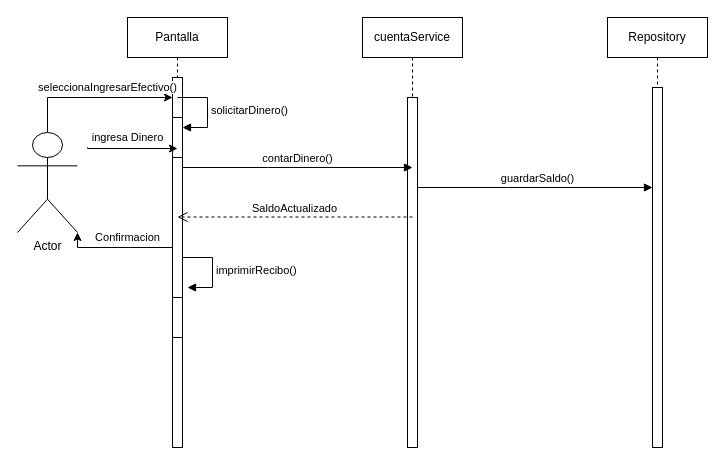
This is page "IngresarEfectivo" (2 of 11) of Diagrama sin título.drawio from x0Nico/Ejercicios-de-Estudio, a draw.io file, before an edit. Source tidied: cells renumbered, new cells numbered last; positions are measured from the earlier drawing's top-left corner, leaving out a move shared by most shapes. Both pictures are drawn from the tidied source at 100%, with x=0, y=0 at pixel (17, 17).
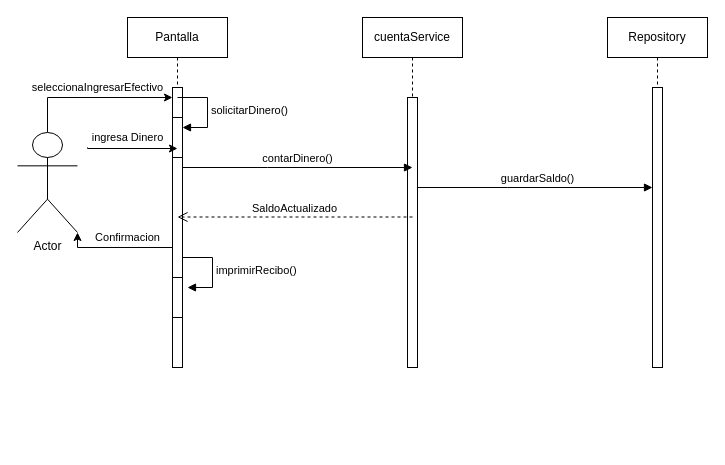
The same page after the edit.

The change refers to these unchanged cells:
```xml
<mxCell id="14" value="Actor" style="shape=umlActor;verticalLabelPosition=bottom;verticalAlign=top;html=1;outlineConnect=0;" parent="1" vertex="1">
  <mxGeometry y="115" width="60" height="100" as="geometry" />
</mxCell>
```

Diff of the diagram source:
```diff
@@
     <mxCell id="2" value="Pantalla" style="shape=umlLifeline;perimeter=lifelinePerimeter;whiteSpace=wrap;html=1;newEdgeStyle={&quot;edgeStyle&quot;:&quot;elbowEdgeStyle&quot;,&quot;elbow&quot;:&quot;vertical&quot;,&quot;curved&quot;:0,&quot;rounded&quot;:0};" parent="1" vertex="1">
-      <mxGeometry x="110" width="100" height="430" as="geometry" />
+      <mxGeometry x="110" width="100" height="350" as="geometry" />
     </mxCell>
     <mxCell id="3" style="html=1;points=[];perimeter=orthogonalPerimeter;outlineConnect=0;targetShapes=umlLifeline;portConstraint=eastwest;newEdgeStyle={&quot;edgeStyle&quot;:&quot;elbowEdgeStyle&quot;,&quot;elbow&quot;:&quot;vertical&quot;,&quot;curved&quot;:0,&quot;rounded&quot;:0};" parent="2" vertex="1">
-      <mxGeometry x="45" y="60" width="10" height="370" as="geometry" />
+      <mxGeometry x="45" y="70" width="10" height="280" as="geometry" />
     </mxCell>
@@
     <mxCell id="6" style="html=1;perimeter=orthogonalPerimeter;targetShapes=umlLifeline;newEdgeStyle={&quot;curved&quot;:0,&quot;rounded&quot;:0};" parent="2" vertex="1">
-      <mxGeometry x="45" y="280" width="10" height="40" as="geometry" />
+      <mxGeometry x="45" y="260" width="10" height="40" as="geometry" />
     </mxCell>
@@
     <mxCell id="8" value="cuentaService" style="shape=umlLifeline;perimeter=lifelinePerimeter;whiteSpace=wrap;html=1;newEdgeStyle={&quot;edgeStyle&quot;:&quot;elbowEdgeStyle&quot;,&quot;elbow&quot;:&quot;vertical&quot;,&quot;curved&quot;:0,&quot;rounded&quot;:0};" parent="1" vertex="1">
-      <mxGeometry x="345" width="100" height="430" as="geometry" />
+      <mxGeometry x="345" width="100" height="350" as="geometry" />
     </mxCell>
     <mxCell id="9" style="html=1;points=[];perimeter=orthogonalPerimeter;outlineConnect=0;targetShapes=umlLifeline;portConstraint=eastwest;newEdgeStyle={&quot;edgeStyle&quot;:&quot;elbowEdgeStyle&quot;,&quot;elbow&quot;:&quot;vertical&quot;,&quot;curved&quot;:0,&quot;rounded&quot;:0};" parent="8" vertex="1">
-      <mxGeometry x="45" y="80" width="10" height="350" as="geometry" />
+      <mxGeometry x="45" y="80" width="10" height="270" as="geometry" />
     </mxCell>
     <mxCell id="10" value="Repository" style="shape=umlLifeline;perimeter=lifelinePerimeter;whiteSpace=wrap;html=1;newEdgeStyle={&quot;edgeStyle&quot;:&quot;elbowEdgeStyle&quot;,&quot;elbow&quot;:&quot;vertical&quot;,&quot;curved&quot;:0,&quot;rounded&quot;:0};" parent="1" vertex="1">
-      <mxGeometry x="590" width="100" height="430" as="geometry" />
+      <mxGeometry x="590" width="100" height="350" as="geometry" />
     </mxCell>
     <mxCell id="11" style="html=1;points=[];perimeter=orthogonalPerimeter;outlineConnect=0;targetShapes=umlLifeline;portConstraint=eastwest;newEdgeStyle={&quot;edgeStyle&quot;:&quot;elbowEdgeStyle&quot;,&quot;elbow&quot;:&quot;vertical&quot;,&quot;curved&quot;:0,&quot;rounded&quot;:0};" parent="10" vertex="1">
-      <mxGeometry x="45" y="70" width="10" height="360" as="geometry" />
+      <mxGeometry x="45" y="70" width="10" height="280" as="geometry" />
     </mxCell>
-    <mxCell id="12" value="seleccionaIngresarEfectivo()" style="edgeStyle=orthogonalEdgeStyle;rounded=0;jettySize=auto;html=1;" parent="1" edge="1" source="14" target="3">
-      <mxGeometry x="0.19" y="10" relative="1" as="geometry">
+    <mxCell id="12" value="seleccionaIngresarEfectivo" style="edgeStyle=orthogonalEdgeStyle;rounded=0;jettySize=auto;html=1;" parent="1" edge="1" source="14" target="3">
+      <mxGeometry x="0.06" y="10" relative="1" as="geometry">
         <Array as="points">
           <mxPoint x="30" y="80" />
         </Array>
       </mxGeometry>
     </mxCell>
```
